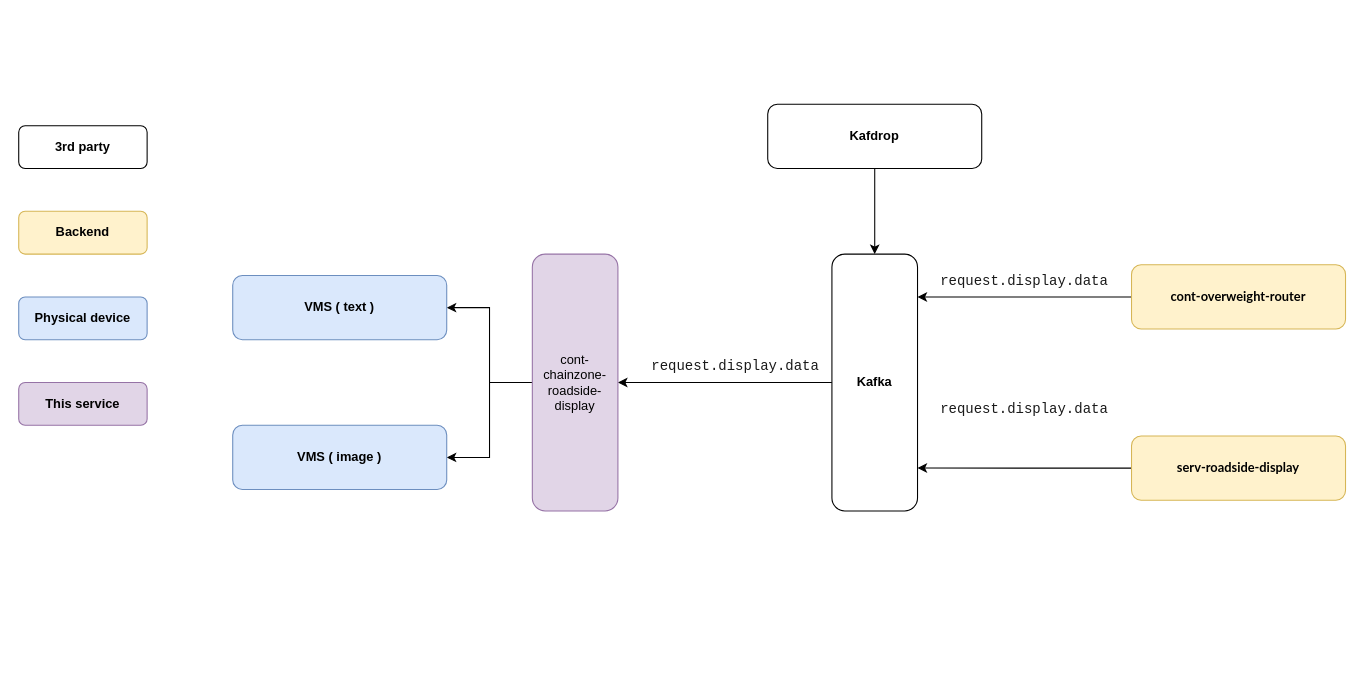
Earlier version of the draw.io diagram Untitled Diagram.drawio (theshysadec98/diagram_weather). Source tidied: cells renumbered, new cells numbered last; positions are measured from the earlier drawing's top-left corner, leaving out a move shared by most shapes. Both pictures are drawn from the tidied source at 107%, with x=0, y=0 at pixel (18, 104).
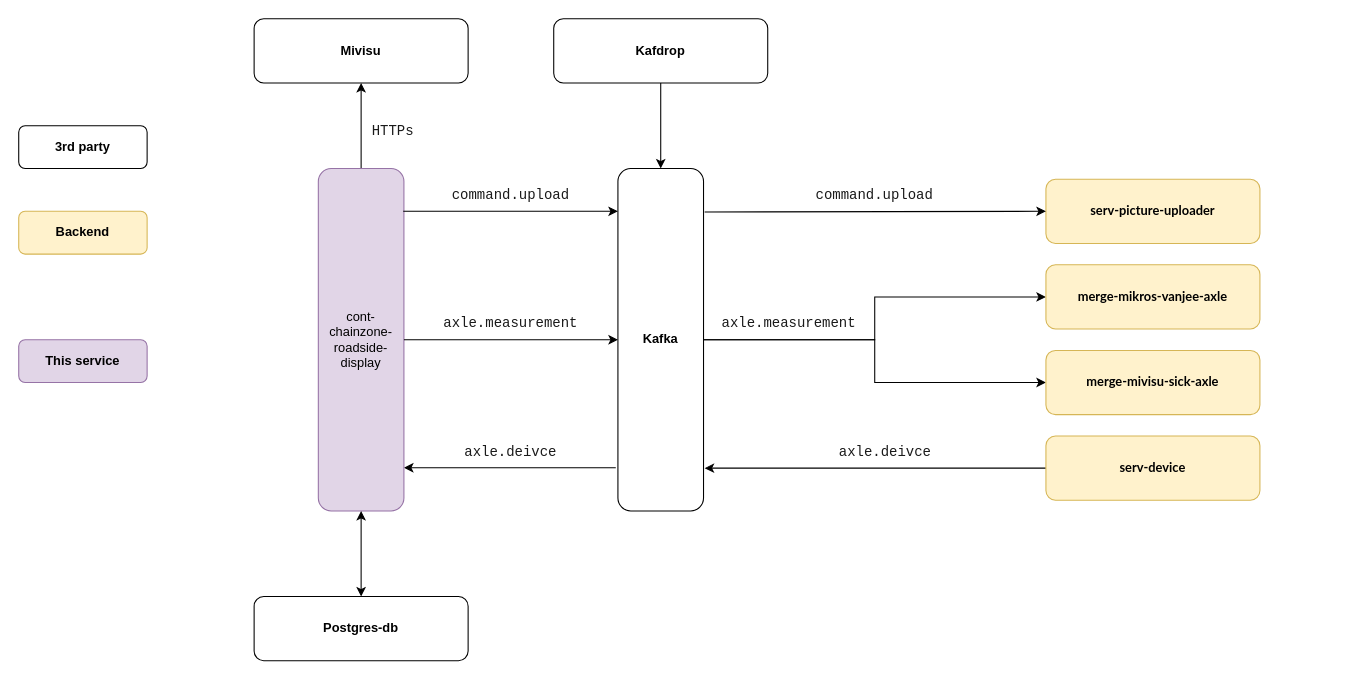
The same diagram, later.

The edit, as a diff of the source:
```diff
@@
     <mxCell id="3" value="&lt;b&gt;This service&lt;/b&gt;" style="rounded=1;whiteSpace=wrap;html=1;fillColor=#e1d5e7;strokeColor=#9673a6;" parent="1" vertex="1">
-      <mxGeometry y="260" width="120" height="40" as="geometry" />
+      <mxGeometry y="220" width="120" height="40" as="geometry" />
     </mxCell>
     <mxCell id="4" value="&lt;b&gt;Kafdrop&lt;/b&gt;" style="rounded=1;whiteSpace=wrap;html=1;" parent="1" vertex="1">
-      <mxGeometry x="700" width="200" height="60" as="geometry" />
+      <mxGeometry x="500" y="-80" width="200" height="60" as="geometry" />
     </mxCell>
-    <mxCell id="5" style="edgeStyle=orthogonalEdgeStyle;rounded=0;jettySize=auto;html=1;entryX=1;entryY=0.5;entryDx=0;entryDy=0;" parent="1" edge="1" source="6" target="11">
+    <mxCell id="5" style="edgeStyle=orthogonalEdgeStyle;rounded=0;jettySize=auto;html=1;entryX=1;entryY=0.874;entryDx=0;entryDy=0;exitX=-0.025;exitY=0.874;exitDx=0;exitDy=0;exitPerimeter=0;entryPerimeter=0;" parent="1" edge="1" source="6" target="11">
       <mxGeometry relative="1" as="geometry" />
     </mxCell>
+    <mxCell id="22" style="edgeStyle=orthogonalEdgeStyle;rounded=0;jettySize=auto;html=1;entryX=0;entryY=0.5;entryDx=0;entryDy=0;" parent="1" edge="1" source="6" target="27">
+      <mxGeometry relative="1" as="geometry" />
+    </mxCell>
+    <mxCell id="23" style="edgeStyle=orthogonalEdgeStyle;rounded=0;jettySize=auto;html=1;entryX=0;entryY=0.5;entryDx=0;entryDy=0;" parent="1" edge="1" source="6" target="26">
+      <mxGeometry relative="1" as="geometry" />
+    </mxCell>
     <mxCell id="6" value="&lt;b&gt;Kafka&lt;/b&gt;" style="rounded=1;whiteSpace=wrap;html=1;" parent="1" vertex="1">
-      <mxGeometry x="760" y="140" width="80" height="240" as="geometry" />
+      <mxGeometry x="560" y="60" width="80" height="320" as="geometry" />
     </mxCell>
@@
-    <mxCell id="9" style="edgeStyle=orthogonalEdgeStyle;rounded=0;jettySize=auto;html=1;entryX=1;entryY=0.5;entryDx=0;entryDy=0;" parent="1" edge="1" source="11" target="15">
-      <mxGeometry relative="1" as="geometry" />
-    </mxCell>
-    <mxCell id="10" style="edgeStyle=orthogonalEdgeStyle;rounded=0;jettySize=auto;html=1;entryX=1;entryY=0.5;entryDx=0;entryDy=0;" parent="1" edge="1" source="11" target="20">
-      <mxGeometry relative="1" as="geometry" />
-    </mxCell>
+    <mxCell id="24" style="edgeStyle=orthogonalEdgeStyle;rounded=0;jettySize=auto;html=1;entryX=0.5;entryY=1;entryDx=0;entryDy=0;" parent="1" edge="1" source="11" target="36">
+      <mxGeometry relative="1" as="geometry" />
+    </mxCell>
     <mxCell id="11" value="cont-chainzone-roadside-display" style="rounded=1;whiteSpace=wrap;html=1;fillColor=#e1d5e7;strokeColor=#9673a6;" parent="1" vertex="1">
-      <mxGeometry x="480" y="140" width="80" height="240" as="geometry" />
+      <mxGeometry x="280" y="60" width="80" height="320" as="geometry" />
     </mxCell>
-    <mxCell id="12" value="&lt;pre&gt;&lt;font face=&quot;jetbrains mono, monospace&quot; color=&quot;#1a1a1a&quot;&gt;&lt;span style=&quot;font-size: 13.0667px ; background-color: rgb(255 , 255 , 255)&quot;&gt;request.display.data&lt;/span&gt;&lt;/font&gt;&lt;font color=&quot;#bbbbbb&quot; face=&quot;jetbrains mono, monospace&quot; style=&quot;background-color: rgb(40 , 44 , 52)&quot;&gt;&lt;span style=&quot;font-size: 9.8pt&quot;&gt;&lt;br&gt;&lt;/span&gt;&lt;/font&gt;&lt;/pre&gt;" style="text;html=1;strokeColor=none;fillColor=none;align=center;verticalAlign=middle;whiteSpace=wrap;rounded=0;" parent="1" vertex="1">
-      <mxGeometry x="580" y="230" width="180" height="30" as="geometry" />
+    <mxCell id="12" value="&lt;pre&gt;&lt;font face=&quot;jetbrains mono, monospace&quot; color=&quot;#1a1a1a&quot;&gt;&lt;span style=&quot;font-size: 13.0667px ; background-color: rgb(255 , 255 , 255)&quot;&gt;command.upload&lt;/span&gt;&lt;/font&gt;&lt;font color=&quot;#bbbbbb&quot; face=&quot;jetbrains mono, monospace&quot; style=&quot;background-color: rgb(40 , 44 , 52)&quot;&gt;&lt;span style=&quot;font-size: 9.8pt&quot;&gt;&lt;br&gt;&lt;/span&gt;&lt;/font&gt;&lt;/pre&gt;" style="text;html=1;strokeColor=none;fillColor=none;align=center;verticalAlign=middle;whiteSpace=wrap;rounded=0;" parent="1" vertex="1">
+      <mxGeometry x="370" y="70" width="180" height="30" as="geometry" />
     </mxCell>
-    <mxCell id="13" style="edgeStyle=orthogonalEdgeStyle;rounded=0;jettySize=auto;html=1;entryX=1;entryY=0.833;entryDx=0;entryDy=0;entryPerimeter=0;" parent="1" edge="1" source="14" target="6">
-      <mxGeometry relative="1" as="geometry" />
-    </mxCell>
-    <mxCell id="14" value="&lt;span style=&quot;font-family: &amp;#34;lato&amp;#34; , &amp;#34;arial&amp;#34;&quot;&gt;&lt;b&gt;&lt;font style=&quot;font-size: 12px&quot;&gt;serv-roadside-display&lt;/font&gt;&lt;/b&gt;&lt;/span&gt;" style="rounded=1;whiteSpace=wrap;html=1;fillColor=#fff2cc;strokeColor=#d6b656;" parent="1" vertex="1">
-      <mxGeometry x="1040" y="310" width="200" height="60" as="geometry" />
+    <mxCell id="14" value="&lt;span style=&quot;font-family: &amp;#34;lato&amp;#34; , &amp;#34;arial&amp;#34;&quot;&gt;&lt;b&gt;&lt;font style=&quot;font-size: 12px&quot;&gt;serv-picture-uploader&lt;/font&gt;&lt;/b&gt;&lt;/span&gt;" style="rounded=1;whiteSpace=wrap;html=1;fillColor=#fff2cc;strokeColor=#d6b656;" parent="1" vertex="1">
+      <mxGeometry x="960" y="70" width="200" height="60" as="geometry" />
     </mxCell>
-    <mxCell id="15" value="&lt;b&gt;VMS ( text )&lt;/b&gt;" style="rounded=1;whiteSpace=wrap;html=1;fillColor=#dae8fc;strokeColor=#6c8ebf;" parent="1" vertex="1">
-      <mxGeometry x="200" y="160" width="200" height="60" as="geometry" />
-    </mxCell>
-    <mxCell id="16" value="&lt;pre&gt;&lt;font face=&quot;jetbrains mono, monospace&quot; color=&quot;#1a1a1a&quot;&gt;&lt;span style=&quot;font-size: 13.0667px ; background-color: rgb(255 , 255 , 255)&quot;&gt;request.display.data&lt;/span&gt;&lt;/font&gt;&lt;font color=&quot;#bbbbbb&quot; face=&quot;jetbrains mono, monospace&quot; style=&quot;background-color: rgb(40 , 44 , 52)&quot;&gt;&lt;span style=&quot;font-size: 9.8pt&quot;&gt;&lt;br&gt;&lt;/span&gt;&lt;/font&gt;&lt;/pre&gt;" style="text;html=1;strokeColor=none;fillColor=none;align=center;verticalAlign=middle;whiteSpace=wrap;rounded=0;" parent="1" vertex="1">
-      <mxGeometry x="850" y="150" width="180" height="30" as="geometry" />
-    </mxCell>
-    <mxCell id="17" style="edgeStyle=orthogonalEdgeStyle;rounded=0;jettySize=auto;html=1;entryX=1;entryY=0.167;entryDx=0;entryDy=0;entryPerimeter=0;" parent="1" edge="1" source="18" target="6">
+    <mxCell id="17" style="edgeStyle=orthogonalEdgeStyle;rounded=0;jettySize=auto;html=1;entryX=1.013;entryY=0.875;entryDx=0;entryDy=0;entryPerimeter=0;" parent="1" edge="1" source="18" target="6">
       <mxGeometry relative="1" as="geometry" />
     </mxCell>
-    <mxCell id="18" value="&lt;span style=&quot;font-family: &amp;#34;lato&amp;#34; , &amp;#34;arial&amp;#34;&quot;&gt;&lt;b&gt;&lt;font style=&quot;font-size: 12px&quot;&gt;cont-overweight-router&lt;/font&gt;&lt;/b&gt;&lt;/span&gt;" style="rounded=1;whiteSpace=wrap;html=1;fillColor=#fff2cc;strokeColor=#d6b656;" parent="1" vertex="1">
-      <mxGeometry x="1040" y="150" width="200" height="60" as="geometry" />
+    <mxCell id="18" value="&lt;span style=&quot;font-family: &amp;#34;lato&amp;#34; , &amp;#34;arial&amp;#34;&quot;&gt;&lt;b&gt;&lt;font style=&quot;font-size: 12px&quot;&gt;serv-device&lt;/font&gt;&lt;/b&gt;&lt;/span&gt;" style="rounded=1;whiteSpace=wrap;html=1;fillColor=#fff2cc;strokeColor=#d6b656;" parent="1" vertex="1">
+      <mxGeometry x="960" y="310" width="200" height="60" as="geometry" />
     </mxCell>
-    <mxCell id="19" value="&lt;pre&gt;&lt;font face=&quot;jetbrains mono, monospace&quot; color=&quot;#1a1a1a&quot;&gt;&lt;span style=&quot;font-size: 13.0667px ; background-color: rgb(255 , 255 , 255)&quot;&gt;request.display.data&lt;/span&gt;&lt;/font&gt;&lt;font color=&quot;#bbbbbb&quot; face=&quot;jetbrains mono, monospace&quot; style=&quot;background-color: rgb(40 , 44 , 52)&quot;&gt;&lt;span style=&quot;font-size: 9.8pt&quot;&gt;&lt;br&gt;&lt;/span&gt;&lt;/font&gt;&lt;/pre&gt;" style="text;html=1;strokeColor=none;fillColor=none;align=center;verticalAlign=middle;whiteSpace=wrap;rounded=0;" parent="1" vertex="1">
-      <mxGeometry x="850" y="270" width="180" height="30" as="geometry" />
-    </mxCell>
-    <mxCell id="20" value="&lt;b&gt;VMS ( image )&lt;/b&gt;" style="rounded=1;whiteSpace=wrap;html=1;fillColor=#dae8fc;strokeColor=#6c8ebf;" parent="1" vertex="1">
-      <mxGeometry x="200" y="300" width="200" height="60" as="geometry" />
-    </mxCell>
-    <mxCell id="21" value="&lt;b&gt;Physical device&lt;/b&gt;" style="rounded=1;whiteSpace=wrap;html=1;fillColor=#dae8fc;strokeColor=#6c8ebf;" parent="1" vertex="1">
-      <mxGeometry y="180" width="120" height="40" as="geometry" />
-    </mxCell>
+    <mxCell id="25" value="&lt;pre&gt;&lt;font face=&quot;jetbrains mono, monospace&quot; color=&quot;#1a1a1a&quot;&gt;&lt;span style=&quot;font-size: 13.0667px ; background-color: rgb(255 , 255 , 255)&quot;&gt;axle.measurement&lt;/span&gt;&lt;/font&gt;&lt;font color=&quot;#bbbbbb&quot; face=&quot;jetbrains mono, monospace&quot; style=&quot;background-color: rgb(40 , 44 , 52)&quot;&gt;&lt;span style=&quot;font-size: 9.8pt&quot;&gt;&lt;br&gt;&lt;/span&gt;&lt;/font&gt;&lt;/pre&gt;" style="text;html=1;strokeColor=none;fillColor=none;align=center;verticalAlign=middle;whiteSpace=wrap;rounded=0;" parent="1" vertex="1">
+      <mxGeometry x="370" y="190" width="180" height="30" as="geometry" />
+    </mxCell>
+    <mxCell id="26" value="&lt;span style=&quot;font-family: &amp;#34;lato&amp;#34; , &amp;#34;arial&amp;#34;&quot;&gt;&lt;b&gt;&lt;font style=&quot;font-size: 12px&quot;&gt;merge-mivisu-sick-axle&lt;/font&gt;&lt;/b&gt;&lt;/span&gt;" style="rounded=1;whiteSpace=wrap;html=1;fillColor=#fff2cc;strokeColor=#d6b656;" parent="1" vertex="1">
+      <mxGeometry x="960" y="230" width="200" height="60" as="geometry" />
+    </mxCell>
+    <mxCell id="27" value="&lt;span style=&quot;font-family: &amp;#34;lato&amp;#34; , &amp;#34;arial&amp;#34;&quot;&gt;&lt;b&gt;&lt;font style=&quot;font-size: 12px&quot;&gt;merge-mikros-vanjee-axle&lt;/font&gt;&lt;/b&gt;&lt;/span&gt;" style="rounded=1;whiteSpace=wrap;html=1;fillColor=#fff2cc;strokeColor=#d6b656;" parent="1" vertex="1">
+      <mxGeometry x="960" y="150" width="200" height="60" as="geometry" />
+    </mxCell>
+    <mxCell id="28" value="&lt;pre&gt;&lt;font face=&quot;jetbrains mono, monospace&quot; style=&quot;font-size: 13.0667px ; background-color: rgb(255 , 255 , 255)&quot; color=&quot;#1a1a1a&quot;&gt;axle.deivce&lt;/font&gt;&lt;/pre&gt;" style="text;html=1;strokeColor=none;fillColor=none;align=center;verticalAlign=middle;whiteSpace=wrap;rounded=0;" parent="1" vertex="1">
+      <mxGeometry x="370" y="310" width="180" height="30" as="geometry" />
+    </mxCell>
+    <mxCell id="29" style="endArrow=classic;html=1;rounded=0;exitX=0.992;exitY=0.125;exitDx=0;exitDy=0;exitPerimeter=0;entryX=0;entryY=0.125;entryDx=0;entryDy=0;entryPerimeter=0;" parent="1" edge="1" source="11" target="6">
+      <mxGeometry relative="1" as="geometry" />
+    </mxCell>
+    <mxCell id="30" style="endArrow=classic;html=1;rounded=0;exitX=1;exitY=0.5;exitDx=0;exitDy=0;entryX=0;entryY=0.5;entryDx=0;entryDy=0;" parent="1" edge="1" source="11" target="6">
+      <mxGeometry relative="1" as="geometry" />
+    </mxCell>
+    <mxCell id="31" style="endArrow=classic;html=1;rounded=0;exitX=1.013;exitY=0.127;exitDx=0;exitDy=0;exitPerimeter=0;entryX=0;entryY=0.5;entryDx=0;entryDy=0;" parent="1" edge="1" source="6" target="14">
+      <mxGeometry relative="1" as="geometry" />
+    </mxCell>
+    <mxCell id="32" value="&lt;pre&gt;&lt;font face=&quot;jetbrains mono, monospace&quot; color=&quot;#1a1a1a&quot;&gt;&lt;span style=&quot;font-size: 13.0667px ; background-color: rgb(255 , 255 , 255)&quot;&gt;command.upload&lt;/span&gt;&lt;/font&gt;&lt;font color=&quot;#bbbbbb&quot; face=&quot;jetbrains mono, monospace&quot; style=&quot;background-color: rgb(40 , 44 , 52)&quot;&gt;&lt;span style=&quot;font-size: 9.8pt&quot;&gt;&lt;br&gt;&lt;/span&gt;&lt;/font&gt;&lt;/pre&gt;" style="text;html=1;strokeColor=none;fillColor=none;align=center;verticalAlign=middle;whiteSpace=wrap;rounded=0;" parent="1" vertex="1">
+      <mxGeometry x="710" y="70" width="180" height="30" as="geometry" />
+    </mxCell>
+    <mxCell id="33" value="&lt;pre&gt;&lt;font face=&quot;jetbrains mono, monospace&quot; color=&quot;#1a1a1a&quot;&gt;&lt;span style=&quot;font-size: 13.0667px ; background-color: rgb(255 , 255 , 255)&quot;&gt;axle.measurement&lt;/span&gt;&lt;/font&gt;&lt;font color=&quot;#bbbbbb&quot; face=&quot;jetbrains mono, monospace&quot; style=&quot;background-color: rgb(40 , 44 , 52)&quot;&gt;&lt;span style=&quot;font-size: 9.8pt&quot;&gt;&lt;br&gt;&lt;/span&gt;&lt;/font&gt;&lt;/pre&gt;" style="text;html=1;strokeColor=none;fillColor=none;align=center;verticalAlign=middle;whiteSpace=wrap;rounded=0;" parent="1" vertex="1">
+      <mxGeometry x="630" y="190" width="180" height="30" as="geometry" />
+    </mxCell>
+    <mxCell id="34" value="&lt;pre&gt;&lt;font face=&quot;jetbrains mono, monospace&quot; style=&quot;font-size: 13.0667px ; background-color: rgb(255 , 255 , 255)&quot; color=&quot;#1a1a1a&quot;&gt;axle.deivce&lt;/font&gt;&lt;/pre&gt;" style="text;html=1;strokeColor=none;fillColor=none;align=center;verticalAlign=middle;whiteSpace=wrap;rounded=0;" parent="1" vertex="1">
+      <mxGeometry x="720" y="310" width="180" height="30" as="geometry" />
+    </mxCell>
+    <mxCell id="35" value="&lt;b&gt;Postgres-db&lt;/b&gt;" style="rounded=1;whiteSpace=wrap;html=1;" parent="1" vertex="1">
+      <mxGeometry x="220" y="460" width="200" height="60" as="geometry" />
+    </mxCell>
+    <mxCell id="36" value="&lt;b&gt;Mivisu&lt;/b&gt;" style="rounded=1;whiteSpace=wrap;html=1;" parent="1" vertex="1">
+      <mxGeometry x="220" y="-80" width="200" height="60" as="geometry" />
+    </mxCell>
+    <mxCell id="37" value="&lt;pre&gt;&lt;font face=&quot;jetbrains mono, monospace&quot; color=&quot;#1a1a1a&quot;&gt;&lt;span style=&quot;font-size: 13.0667px ; background-color: rgb(255 , 255 , 255)&quot;&gt;HTTPs&lt;/span&gt;&lt;/font&gt;&lt;font color=&quot;#bbbbbb&quot; face=&quot;jetbrains mono, monospace&quot; style=&quot;background-color: rgb(40 , 44 , 52)&quot;&gt;&lt;span style=&quot;font-size: 9.8pt&quot;&gt;&lt;br&gt;&lt;/span&gt;&lt;/font&gt;&lt;/pre&gt;" style="text;html=1;strokeColor=none;fillColor=none;align=center;verticalAlign=middle;whiteSpace=wrap;rounded=0;" parent="1" vertex="1">
+      <mxGeometry x="260" y="10" width="180" height="30" as="geometry" />
+    </mxCell>
+    <mxCell id="38" style="endArrow=classic;startArrow=classic;html=1;rounded=0;entryX=0.5;entryY=1;entryDx=0;entryDy=0;exitX=0.5;exitY=0;exitDx=0;exitDy=0;" parent="1" edge="1" source="35" target="11">
+      <mxGeometry relative="1" as="geometry" />
+    </mxCell>
```
